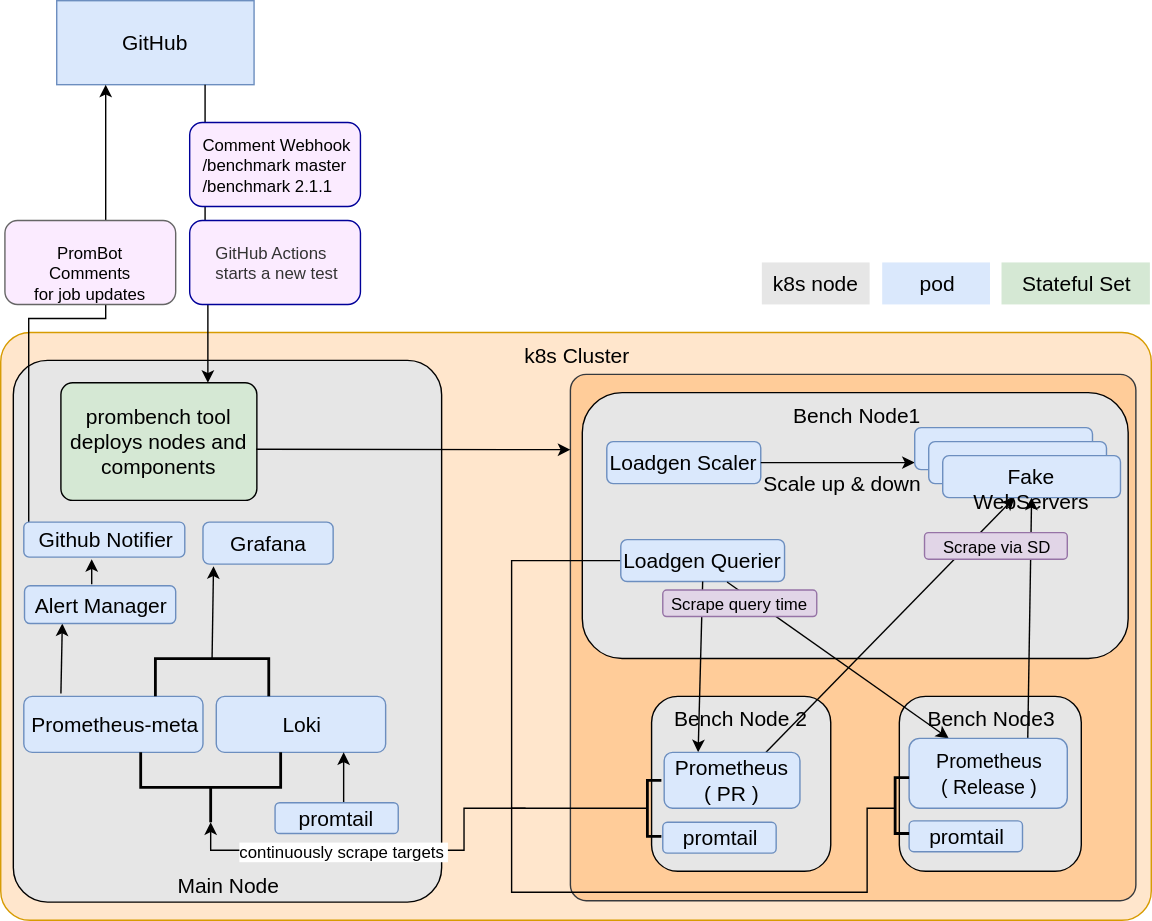
The draw.io diagram design.svg in prometheus/test-infra, before a commit. Source tidied: cells renumbered, new cells last; positions are measured from the earlier drawing's top-left corner, leaving out a move shared by most shapes.
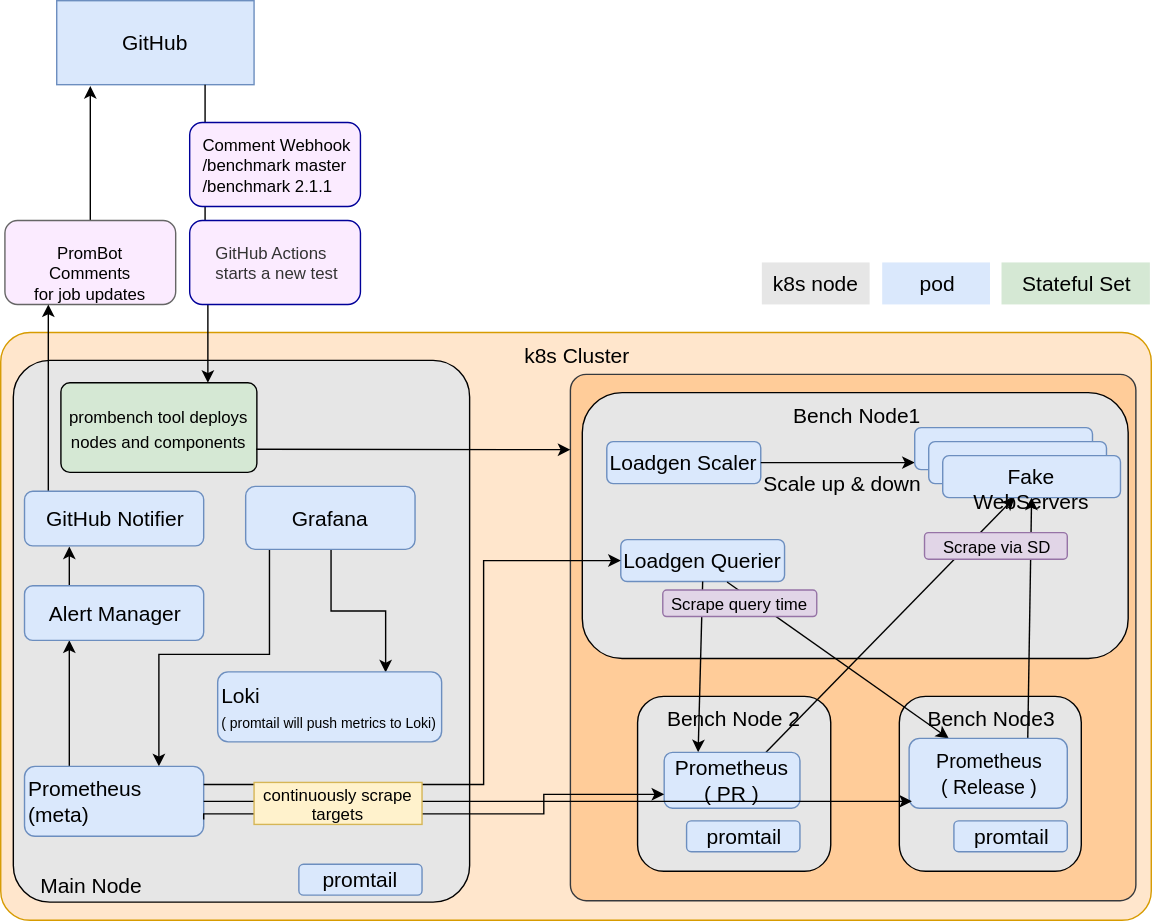
Above is the later version.

Change to the diagram source:
```diff
@@ -11,34 +11,38 @@
     <mxCell id="4" value="GitHub" style="rounded=0;whiteSpace=wrap;html=1;fontSize=15;fontColor=#000000;fillColor=#dae8fc;strokeColor=#6c8ebf;" parent="1" vertex="1">
       <mxGeometry x="40" width="141" height="60" as="geometry" />
     </mxCell>
-    <mxCell id="5" value="Main Node" style="rounded=1;whiteSpace=wrap;html=1;labelBackgroundColor=none;fillColor=#E6E6E6;strokeColor=#000000;verticalAlign=bottom;fontSize=15;fontColor=#000000;arcSize=8;" parent="1" vertex="1">
-      <mxGeometry x="9" y="257" width="306" height="387" as="geometry" />
+    <mxCell id="5" value="&amp;nbsp; &amp;nbsp; Main Node" style="rounded=1;whiteSpace=wrap;html=1;labelBackgroundColor=none;fillColor=#E6E6E6;strokeColor=#000000;verticalAlign=bottom;fontSize=15;fontColor=#000000;arcSize=8;align=left;" parent="1" vertex="1">
+      <mxGeometry x="9" y="257" width="326" height="387" as="geometry" />
     </mxCell>
-    <mxCell id="6" style="edgeStyle=none;rounded=0;jettySize=auto;html=1;exitX=0.207;exitY=-0.05;exitDx=0;exitDy=0;entryX=0.25;entryY=1;entryDx=0;entryDy=0;startArrow=none;startFill=0;endArrow=classic;endFill=1;exitPerimeter=0;" parent="1" edge="1" source="7" target="16">
+    <mxCell id="6" style="edgeStyle=orthogonalEdgeStyle;rounded=0;jumpStyle=none;jettySize=auto;html=1;exitX=0.25;exitY=0;exitDx=0;exitDy=0;entryX=0.25;entryY=1;entryDx=0;entryDy=0;startArrow=none;startFill=0;endArrow=classic;endFill=1;" parent="1" edge="1" source="7" target="16">
       <mxGeometry relative="1" as="geometry" />
     </mxCell>
+    <mxCell id="55" style="edgeStyle=orthogonalEdgeStyle;rounded=0;jumpStyle=none;jettySize=auto;html=1;exitX=0.75;exitY=0;exitDx=0;exitDy=0;entryX=0.25;entryY=1;entryDx=0;entryDy=0;startArrow=classic;startFill=1;endArrow=none;endFill=0;" parent="1" edge="1" source="7" target="8">
+      <mxGeometry relative="1" as="geometry">
+        <Array as="points">
+          <mxPoint x="113" y="467" />
+          <mxPoint x="192" y="467" />
+        </Array>
+      </mxGeometry>
+    </mxCell>
-    <mxCell id="7" value="Prometheus-meta" style="rounded=1;whiteSpace=wrap;html=1;fontSize=15;fontColor=#000000;fillColor=#dae8fc;strokeColor=#6c8ebf;" parent="1" vertex="1">
-      <mxGeometry x="16.5" y="497" width="128" height="40" as="geometry" />
+    <mxCell id="7" value="Prometheus&lt;br&gt;(meta)" style="rounded=1;whiteSpace=wrap;html=1;fontSize=15;fontColor=#000000;fillColor=#dae8fc;strokeColor=#6c8ebf;align=left;" parent="1" vertex="1">
+      <mxGeometry x="17" y="547" width="128" height="50" as="geometry" />
     </mxCell>
+    <mxCell id="56" style="edgeStyle=orthogonalEdgeStyle;rounded=0;jumpStyle=none;jettySize=auto;html=1;exitX=0.5;exitY=1;exitDx=0;exitDy=0;entryX=0.75;entryY=0;entryDx=0;entryDy=0;startArrow=none;startFill=0;endArrow=classic;endFill=1;" parent="1" edge="1" source="8" target="42">
+      <mxGeometry relative="1" as="geometry" />
+    </mxCell>
     <mxCell id="8" value="Grafana" style="rounded=1;whiteSpace=wrap;html=1;fontSize=15;fontColor=#000000;fillColor=#dae8fc;strokeColor=#6c8ebf;" parent="1" vertex="1">
-      <mxGeometry x="144.5" y="372.5" width="93" height="30" as="geometry" />
+      <mxGeometry x="175" y="347" width="121" height="45" as="geometry" />
     </mxCell>
-    <mxCell id="9" style="edgeStyle=orthogonalEdgeStyle;rounded=0;html=1;exitX=0;exitY=0.5;entryX=0.25;entryY=1;jettySize=auto;fontSize=15;" parent="1" edge="1" source="17" target="4">
-      <mxGeometry relative="1" as="geometry">
-        <Array as="points">
-          <mxPoint x="40" y="377" />
-          <mxPoint x="20" y="377" />
-          <mxPoint x="20" y="227" />
-          <mxPoint x="75" y="227" />
-        </Array>
-      </mxGeometry>
-    </mxCell>
     <mxCell id="10" style="edgeStyle=orthogonalEdgeStyle;rounded=0;html=1;exitX=0.75;exitY=1;entryX=0.75;entryY=0;jettySize=auto;fontSize=15;entryDx=0;entryDy=0;" parent="1" edge="1" source="4" target="18">
       <mxGeometry relative="1" as="geometry" />
     </mxCell>
     <mxCell id="11" value="&lt;div style=&quot;text-align: left&quot;&gt;&lt;span&gt;Comment Webhook&lt;/span&gt;&lt;/div&gt;&lt;div style=&quot;text-align: left&quot;&gt;&lt;span&gt;/benchmark master&lt;/span&gt;&lt;/div&gt;&lt;span&gt;&lt;div style=&quot;text-align: left&quot;&gt;&lt;span&gt;/benchmark&amp;nbsp;&lt;/span&gt;&lt;span&gt;2.1.1&lt;/span&gt;&lt;/div&gt;&lt;/span&gt;" style="rounded=1;whiteSpace=wrap;html=1;labelBackgroundColor=none;fillColor=#FBEBFF;strokeColor=#000099;spacingTop=0;spacingLeft=1;" parent="1" vertex="1">
       <mxGeometry x="135" y="87" width="122" height="60" as="geometry" />
     </mxCell>
+    <mxCell id="57" style="edgeStyle=orthogonalEdgeStyle;rounded=0;jumpStyle=none;jettySize=auto;html=1;exitX=0.5;exitY=0;exitDx=0;exitDy=0;entryX=0.17;entryY=1.017;entryDx=0;entryDy=0;entryPerimeter=0;startArrow=none;startFill=0;endArrow=classic;endFill=1;" parent="1" edge="1" source="12" target="4">
+      <mxGeometry relative="1" as="geometry" />
+    </mxCell>
     <mxCell id="12" value="PromBot Comments&lt;br&gt;for job updates" style="rounded=1;whiteSpace=wrap;html=1;labelBackgroundColor=none;fillColor=#FBEBFF;strokeColor=#666666;" parent="1" vertex="1">
       <mxGeometry x="3" y="157" width="122" height="60" as="geometry" />
     </mxCell>
@@ -51,20 +55,20 @@
     <mxCell id="15" value="Stateful Set" style="rounded=0;whiteSpace=wrap;html=1;glass=0;labelBackgroundColor=none;fillColor=#d5e8d4;fontSize=15;fontColor=#000000;strokeColor=none;" parent="1" vertex="1">
       <mxGeometry x="715" y="187" width="106" height="30" as="geometry" />
     </mxCell>
+    <mxCell id="58" style="edgeStyle=orthogonalEdgeStyle;rounded=0;jumpStyle=none;jettySize=auto;html=1;exitX=0.25;exitY=0;exitDx=0;exitDy=0;entryX=0.25;entryY=1;entryDx=0;entryDy=0;startArrow=none;startFill=0;endArrow=classic;endFill=1;" parent="1" edge="1" source="16" target="60">
+      <mxGeometry relative="1" as="geometry" />
+    </mxCell>
     <mxCell id="16" value="Alert Manager&lt;br&gt;" style="rounded=1;whiteSpace=wrap;html=1;fontSize=15;fontColor=#000000;fillColor=#dae8fc;strokeColor=#6c8ebf;" parent="1" vertex="1">
-      <mxGeometry x="17" y="418" width="108" height="27" as="geometry" />
+      <mxGeometry x="17" y="418" width="128" height="39" as="geometry" />
     </mxCell>
-    <mxCell id="17" value="Github Notifier" style="rounded=1;whiteSpace=wrap;html=1;fontSize=15;fontColor=#000000;fillColor=#dae8fc;strokeColor=#6c8ebf;" parent="1" vertex="1">
-      <mxGeometry x="16.5" y="372.5" width="115" height="25" as="geometry" />
-    </mxCell>
-    <mxCell id="18" value="&lt;div&gt;&lt;span&gt;prombench tool deploys nodes and components&lt;/span&gt;&lt;/div&gt;" style="rounded=1;whiteSpace=wrap;html=1;glass=0;labelBackgroundColor=none;fillColor=#d5e8d4;fontSize=15;fontColor=#000000;strokeColor=#000000;arcSize=10;" parent="1" vertex="1">
-      <mxGeometry x="43" y="273" width="140" height="84" as="geometry" />
+    <mxCell id="18" value="&lt;div&gt;&lt;span&gt;&lt;font style=&quot;font-size: 12px&quot;&gt;prombench tool deploys nodes and components&lt;/font&gt;&lt;/span&gt;&lt;/div&gt;" style="rounded=1;whiteSpace=wrap;html=1;glass=0;labelBackgroundColor=none;fillColor=#d5e8d4;fontSize=15;fontColor=#000000;strokeColor=#000000;arcSize=10;" parent="1" vertex="1">
+      <mxGeometry x="43" y="273" width="140" height="64" as="geometry" />
     </mxCell>
     <mxCell id="19" value="Bench Node3&lt;br&gt;&lt;br&gt;&lt;br&gt;" style="rounded=1;whiteSpace=wrap;html=1;fontSize=15;fontColor=#000000;verticalAlign=top;fillColor=#E6E6E6;" parent="1" vertex="1">
       <mxGeometry x="642" y="497" width="130" height="125" as="geometry" />
     </mxCell>
     <mxCell id="20" value="Bench Node 2&lt;br&gt;&lt;br&gt;&lt;br&gt;&lt;br&gt;" style="rounded=1;whiteSpace=wrap;html=1;fontSize=15;fontColor=#000000;verticalAlign=top;fillColor=#E6E6E6;" parent="1" vertex="1">
-      <mxGeometry x="465" y="497" width="128" height="125" as="geometry" />
+      <mxGeometry x="455" y="497" width="138" height="125" as="geometry" />
     </mxCell>
     <mxCell id="21" value="&lt;span&gt;Bench Node1&lt;/span&gt;" style="rounded=1;whiteSpace=wrap;html=1;fontSize=15;fontColor=#000000;verticalAlign=top;glass=0;fillColor=#E6E6E6;" parent="1" vertex="1">
       <mxGeometry x="415.5" y="280" width="390" height="190" as="geometry" />
@@ -72,11 +76,6 @@
     <mxCell id="22" value="Loadgen Scaler" style="rounded=1;whiteSpace=wrap;html=1;fontSize=15;fontColor=#000000;fillColor=#dae8fc;strokeColor=#6c8ebf;" parent="1" vertex="1">
       <mxGeometry x="433" y="315" width="110" height="30" as="geometry" />
     </mxCell>
-    <mxCell id="23" style="edgeStyle=orthogonalEdgeStyle;rounded=0;jumpStyle=none;jettySize=auto;html=1;exitX=0;exitY=0.5;exitDx=0;exitDy=0;endArrow=none;endFill=0;" parent="1" edge="1" source="24">
-      <mxGeometry relative="1" as="geometry">
-        <mxPoint x="365" y="577" as="targetPoint" />
-      </mxGeometry>
-    </mxCell>
     <mxCell id="24" value="Loadgen Querier" style="rounded=1;whiteSpace=wrap;html=1;fontSize=15;fontColor=#000000;fillColor=#dae8fc;strokeColor=#6c8ebf;" parent="1" vertex="1">
       <mxGeometry x="443" y="385" width="117" height="30" as="geometry" />
     </mxCell>
@@ -132,61 +131,50 @@
     <mxCell id="40" value="&lt;div style=&quot;text-align: left&quot;&gt;&lt;span style=&quot;color: rgb(51 , 51 , 51) ; text-align: center&quot;&gt;GitHub Actions&amp;nbsp;&lt;/span&gt;&lt;/div&gt;&lt;div style=&quot;text-align: left&quot;&gt;&lt;span style=&quot;color: rgb(51 , 51 , 51) ; text-align: center&quot;&gt;starts a new test&lt;/span&gt;&lt;br&gt;&lt;/div&gt;" style="rounded=1;whiteSpace=wrap;html=1;labelBackgroundColor=none;fillColor=#FBEBFF;strokeColor=#000099;spacingTop=0;spacingLeft=1;" parent="1" vertex="1">
       <mxGeometry x="135" y="157" width="122" height="60" as="geometry" />
     </mxCell>
-    <mxCell id="41" style="endArrow=classic;html=1;" parent="1" edge="1">
-      <mxGeometry relative="1" as="geometry">
-        <mxPoint x="65" y="417" as="sourcePoint" />
-        <mxPoint x="65" y="399" as="targetPoint" />
-      </mxGeometry>
-    </mxCell>
-    <mxCell id="42" value="Loki" style="rounded=1;whiteSpace=wrap;html=1;fontSize=15;fontColor=#000000;fillColor=#dae8fc;strokeColor=#6c8ebf;" parent="1" vertex="1">
-      <mxGeometry x="154" y="497" width="121" height="40" as="geometry" />
+    <mxCell id="42" value="&lt;font&gt;Loki&lt;br&gt;&lt;font style=&quot;font-size: 10px&quot;&gt;( promtail will push metrics to Loki)&lt;/font&gt;&lt;/font&gt;" style="rounded=1;whiteSpace=wrap;html=1;fontSize=15;fontColor=#000000;fillColor=#dae8fc;strokeColor=#6c8ebf;align=left;" parent="1" vertex="1">
+      <mxGeometry x="155" y="479.5" width="160" height="50" as="geometry" />
     </mxCell>
-    <mxCell id="43" style="strokeWidth=2;html=1;shape=mxgraph.flowchart.annotation_2;align=left;rotation=-90;" parent="1" vertex="1">
-      <mxGeometry x="125" y="512" width="50" height="100" as="geometry" />
-    </mxCell>
-    <mxCell id="44" style="edgeStyle=none;rounded=0;jettySize=auto;html=1;exitX=0;exitY=0.5;exitDx=0;exitDy=0;exitPerimeter=0;entryX=0.081;entryY=1.05;entryDx=0;entryDy=0;entryPerimeter=0;startArrow=none;startFill=0;endArrow=classic;endFill=1;" parent="1" edge="1" source="45" target="8">
-      <mxGeometry relative="1" as="geometry" />
-    </mxCell>
-    <mxCell id="45" style="strokeWidth=2;html=1;shape=mxgraph.flowchart.annotation_1;align=left;rotation=0;direction=south;" parent="1" vertex="1">
-      <mxGeometry x="110.5" y="470" width="81" height="27" as="geometry" />
-    </mxCell>
-    <mxCell id="46" style="edgeStyle=orthogonalEdgeStyle;rounded=0;jumpStyle=none;jettySize=auto;html=1;exitX=0.5;exitY=0;exitDx=0;exitDy=0;entryX=0.75;entryY=1;entryDx=0;entryDy=0;endArrow=classic;endFill=1;startArrow=none;startFill=0;" parent="1" edge="1" source="47" target="42">
-      <mxGeometry relative="1" as="geometry" />
-    </mxCell>
     <mxCell id="47" value="promtail" style="rounded=1;whiteSpace=wrap;html=1;fontSize=15;fontColor=#000000;fillColor=#dae8fc;strokeColor=#6c8ebf;" parent="1" vertex="1">
-      <mxGeometry x="196" y="573" width="88" height="22" as="geometry" />
+      <mxGeometry x="213" y="617" width="88" height="22" as="geometry" />
     </mxCell>
     <mxCell id="48" value="promtail" style="rounded=1;whiteSpace=wrap;html=1;fontSize=15;fontColor=#000000;fillColor=#dae8fc;strokeColor=#6c8ebf;" parent="1" vertex="1">
-      <mxGeometry x="473" y="587" width="81" height="22" as="geometry" />
+      <mxGeometry x="490" y="586" width="81" height="22" as="geometry" />
     </mxCell>
     <mxCell id="49" value="promtail" style="rounded=1;whiteSpace=wrap;html=1;fontSize=15;fontColor=#000000;fillColor=#dae8fc;strokeColor=#6c8ebf;" parent="1" vertex="1">
-      <mxGeometry x="649" y="586" width="81" height="22" as="geometry" />
+      <mxGeometry x="681" y="586" width="81" height="22" as="geometry" />
     </mxCell>
-    <mxCell id="50" style="edgeStyle=orthogonalEdgeStyle;rounded=0;jumpStyle=none;jettySize=auto;html=1;exitX=0;exitY=0.5;exitDx=0;exitDy=0;exitPerimeter=0;entryX=0;entryY=0.5;entryDx=0;entryDy=0;entryPerimeter=0;" parent="1" edge="1" source="52" target="43">
-      <mxGeometry relative="1" as="geometry" />
-    </mxCell>
+    <mxCell id="59" style="edgeStyle=orthogonalEdgeStyle;rounded=0;jumpStyle=none;jettySize=auto;html=1;exitX=0;exitY=0.25;exitDx=0;exitDy=0;entryX=0.25;entryY=1;entryDx=0;entryDy=0;startArrow=none;startFill=0;endArrow=classic;endFill=1;" parent="1" edge="1" source="60" target="12">
+      <mxGeometry relative="1" as="geometry">
+        <Array as="points">
+          <mxPoint x="34" y="360" />
+        </Array>
+      </mxGeometry>
+    </mxCell>
+    <mxCell id="60" value="GitHub Notifier" style="rounded=1;whiteSpace=wrap;html=1;fontSize=15;fontColor=#000000;fillColor=#dae8fc;strokeColor=#6c8ebf;" parent="1" vertex="1">
+      <mxGeometry x="17" y="350.5" width="128" height="39" as="geometry" />
+    </mxCell>
+    <mxCell id="61" style="edgeStyle=orthogonalEdgeStyle;rounded=0;jumpStyle=none;orthogonalLoop=1;jettySize=auto;html=1;exitX=0.5;exitY=1;exitDx=0;exitDy=0;startArrow=none;startFill=0;endArrow=classic;endFill=1;" parent="1" edge="1" source="7" target="7">
+      <mxGeometry relative="1" as="geometry" />
+    </mxCell>
+    <mxCell id="62" style="edgeStyle=orthogonalEdgeStyle;rounded=0;jumpStyle=none;jettySize=auto;html=1;exitX=1;exitY=0.25;exitDx=0;exitDy=0;entryX=0;entryY=0.5;entryDx=0;entryDy=0;startArrow=none;startFill=0;endArrow=classic;endFill=1;" parent="1" edge="1" source="7" target="24">
+      <mxGeometry relative="1" as="geometry">
+        <Array as="points">
+          <mxPoint x="345" y="560" />
+          <mxPoint x="345" y="400" />
+        </Array>
+      </mxGeometry>
+    </mxCell>
+    <mxCell id="63" style="edgeStyle=orthogonalEdgeStyle;rounded=0;jumpStyle=none;jettySize=auto;html=1;exitX=1;exitY=0.5;exitDx=0;exitDy=0;entryX=0.018;entryY=0.9;entryDx=0;entryDy=0;entryPerimeter=0;startArrow=none;startFill=0;endArrow=classic;endFill=1;" parent="1" edge="1" source="7" target="34">
+      <mxGeometry relative="1" as="geometry" />
+    </mxCell>
+    <mxCell id="64" style="edgeStyle=orthogonalEdgeStyle;rounded=0;jumpStyle=none;jettySize=auto;html=1;exitX=1;exitY=0.75;exitDx=0;exitDy=0;entryX=0;entryY=0.75;entryDx=0;entryDy=0;startArrow=none;startFill=0;endArrow=classic;endFill=1;" parent="1" edge="1" source="51" target="33">
+      <mxGeometry relative="1" as="geometry" />
+    </mxCell>
+    <mxCell id="65" style="edgeStyle=orthogonalEdgeStyle;rounded=0;jumpStyle=none;jettySize=auto;html=1;exitX=0;exitY=0.75;exitDx=0;exitDy=0;entryX=1;entryY=0.75;entryDx=0;entryDy=0;startArrow=none;startFill=0;endArrow=none;endFill=0;" parent="1" edge="1" source="51" target="7">
+      <mxGeometry relative="1" as="geometry" />
+    </mxCell>
-    <mxCell id="51" value="continuously scrape targets&amp;nbsp;" style="text;html=1;points=[];align=center;verticalAlign=middle;labelBackgroundColor=#ffffff;" parent="50" vertex="1">
-      <mxGeometry x="0.5" y="2" relative="1" as="geometry">
-        <mxPoint x="25" y="-2" as="offset" />
-      </mxGeometry>
+    <mxCell id="51" value="continuously scrape targets" style="rounded=0;whiteSpace=wrap;html=1;fillColor=#fff2cc;strokeColor=#d6b656;" parent="1" vertex="1">
+      <mxGeometry x="181" y="558.5" width="120" height="30" as="geometry" />
     </mxCell>
-    <mxCell id="52" style="strokeWidth=2;html=1;shape=mxgraph.flowchart.annotation_1;align=left;" parent="1" vertex="1">
-      <mxGeometry x="462" y="557" width="10" height="40" as="geometry" />
-    </mxCell>
-    <mxCell id="53" style="edgeStyle=orthogonalEdgeStyle;rounded=0;jumpStyle=none;orthogonalLoop=1;jettySize=auto;html=1;exitX=0;exitY=0.5;exitDx=0;exitDy=0;exitPerimeter=0;endArrow=none;endFill=0;" parent="1" edge="1">
-      <mxGeometry relative="1" as="geometry">
-        <mxPoint x="639" y="577" as="sourcePoint" />
-        <mxPoint x="375" y="577" as="targetPoint" />
-        <Array as="points">
-          <mxPoint x="619" y="577" />
-          <mxPoint x="619" y="637" />
-          <mxPoint x="365" y="637" />
-          <mxPoint x="365" y="577" />
-        </Array>
-      </mxGeometry>
-    </mxCell>
-    <mxCell id="54" style="strokeWidth=2;html=1;shape=mxgraph.flowchart.annotation_1;align=left;" parent="1" vertex="1">
-      <mxGeometry x="639" y="555" width="10" height="40" as="geometry" />
-    </mxCell>
   </root>
 </mxGraphModel>
```
